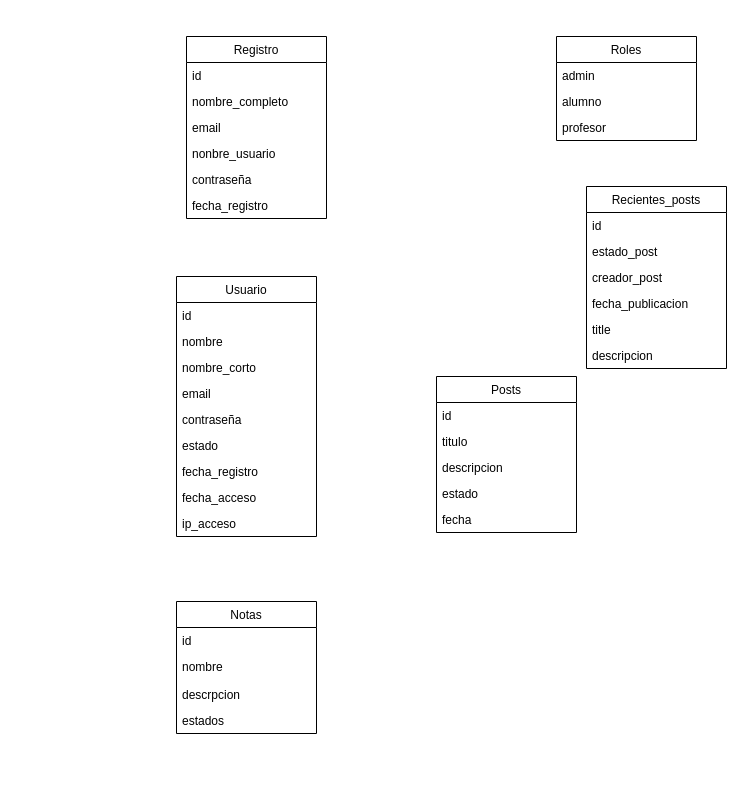
Earlier version of the draw.io diagram ModeloEntidadRelacion.drawio (usyeimar/data-learning). Source tidied: cells renumbered, new cells numbered last; positions are measured from the earlier drawing's top-left corner, leaving out a move shared by most shapes. Both pictures are drawn from the tidied source at 100%, with x=0, y=0 at pixel (176, 36).
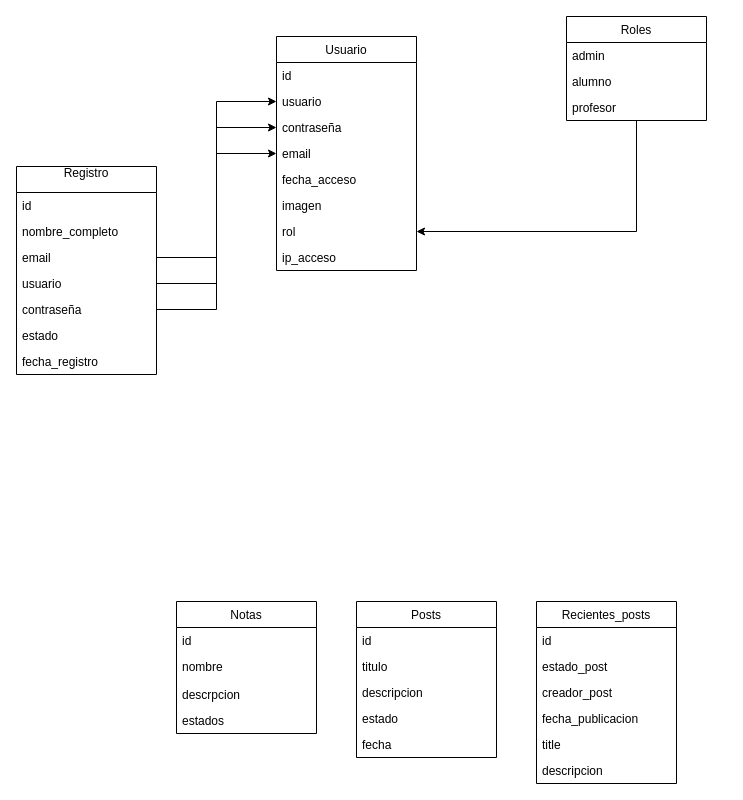
Above is the later version.

Commit message (it also covers changes not shown here):
Se organizo el modelo de EntidadRelacion

Unchanged cells that the change refers to:
```xml
<mxCell id="7" value="contraseña" style="text;strokeColor=none;fillColor=none;align=left;verticalAlign=top;spacingLeft=4;spacingRight=4;overflow=hidden;points=[[0,0.5],[1,0.5]];portConstraint=eastwest;" parent="2" vertex="1">
  <mxGeometry y="130" width="140" height="26" as="geometry" />
</mxCell>
```

Change to the diagram source:
```diff
@@
-    <mxCell id="2" value="Usuario" style="swimlane;fontStyle=0;horizontal=1;startSize=26;fillColor=none;" parent="1" vertex="1">
-      <mxGeometry y="240" width="140" height="260" as="geometry" />
+    <mxCell id="2" value="Registro&#10;" style="swimlane;fontStyle=0;horizontal=1;startSize=26;fillColor=none;" parent="1" vertex="1">
+      <mxGeometry x="-160" y="130" width="140" height="208" as="geometry" />
     </mxCell>
@@
-    <mxCell id="4" value="nombre" style="text;strokeColor=none;fillColor=none;align=left;verticalAlign=top;spacingLeft=4;spacingRight=4;overflow=hidden;" parent="2" vertex="1">
-      <mxGeometry y="52" width="140" height="26" as="geometry" />
-    </mxCell>
-    <mxCell id="5" value="nombre_corto" style="text;strokeColor=none;fillColor=none;align=left;verticalAlign=top;spacingLeft=4;spacingRight=4;overflow=hidden;" parent="2" vertex="1">
-      <mxGeometry y="78" width="140" height="26" as="geometry" />
+    <mxCell id="5" value="nombre_completo" style="text;strokeColor=none;fillColor=none;align=left;verticalAlign=top;spacingLeft=4;spacingRight=4;overflow=hidden;" parent="2" vertex="1">
+      <mxGeometry y="52" width="140" height="26" as="geometry" />
     </mxCell>
+    <mxCell id="41" value="email" style="text;strokeColor=none;fillColor=none;align=left;verticalAlign=top;spacingLeft=4;spacingRight=4;overflow=hidden;points=[[0,0.5],[1,0.5]];portConstraint=eastwest;" parent="2" vertex="1">
+      <mxGeometry y="78" width="140" height="26" as="geometry" />
+    </mxCell>
-    <mxCell id="6" value="email" style="text;strokeColor=none;fillColor=none;align=left;verticalAlign=top;spacingLeft=4;spacingRight=4;overflow=hidden;points=[[0,0.5],[1,0.5]];portConstraint=eastwest;" parent="2" vertex="1">
+    <mxCell id="6" value="usuario" style="text;strokeColor=none;fillColor=none;align=left;verticalAlign=top;spacingLeft=4;spacingRight=4;overflow=hidden;points=[[0,0.5],[1,0.5]];portConstraint=eastwest;" parent="2" vertex="1">
       <mxGeometry y="104" width="140" height="26" as="geometry" />
     </mxCell>
@@
-    <mxCell id="10" value="fecha_acceso" style="text;strokeColor=none;fillColor=none;align=left;verticalAlign=top;spacingLeft=4;spacingRight=4;overflow=hidden;" parent="2" vertex="1">
-      <mxGeometry y="208" width="140" height="26" as="geometry" />
-    </mxCell>
-    <mxCell id="11" value="ip_acceso" style="text;strokeColor=none;fillColor=none;align=left;verticalAlign=top;spacingLeft=4;spacingRight=4;overflow=hidden;" parent="2" vertex="1">
-      <mxGeometry y="234" width="140" height="26" as="geometry" />
-    </mxCell>
     <mxCell id="12" value="Posts" style="swimlane;fontStyle=0;horizontal=1;startSize=26;fillColor=none;" parent="1" vertex="1">
-      <mxGeometry x="260" y="340" width="140" height="156" as="geometry" />
+      <mxGeometry x="180" y="565" width="140" height="156" as="geometry" />
     </mxCell>
@@
-    <mxCell id="18" value="Registro" style="swimlane;fontStyle=0;horizontal=1;startSize=26;fillColor=none;" parent="1" vertex="1">
-      <mxGeometry x="10" width="140" height="182" as="geometry" />
+    <mxCell id="18" value="Usuario" style="swimlane;fontStyle=0;horizontal=1;startSize=26;fillColor=none;" parent="1" vertex="1">
+      <mxGeometry x="100" width="140" height="234" as="geometry" />
     </mxCell>
+    <mxCell id="42" value="id" style="text;strokeColor=none;fillColor=none;align=left;verticalAlign=top;spacingLeft=4;spacingRight=4;overflow=hidden;" parent="18" vertex="1">
+      <mxGeometry y="26" width="140" height="26" as="geometry" />
+    </mxCell>
-    <mxCell id="19" value="id" style="text;strokeColor=none;fillColor=none;align=left;verticalAlign=top;spacingLeft=4;spacingRight=4;overflow=hidden;points=[[0,0.5],[1,0.5]];portConstraint=eastwest;" parent="18" vertex="1">
-      <mxGeometry y="26" width="140" height="26" as="geometry" />
+    <mxCell id="19" value="usuario&#10;" style="text;strokeColor=none;fillColor=none;align=left;verticalAlign=top;spacingLeft=4;spacingRight=4;overflow=hidden;points=[[0,0.5],[1,0.5]];portConstraint=eastwest;" parent="18" vertex="1">
+      <mxGeometry y="52" width="140" height="26" as="geometry" />
     </mxCell>
-    <mxCell id="20" value="nombre_completo" style="text;strokeColor=none;fillColor=none;align=left;verticalAlign=top;spacingLeft=4;spacingRight=4;overflow=hidden;" parent="18" vertex="1">
-      <mxGeometry y="52" width="140" height="26" as="geometry" />
-    </mxCell>
+    <mxCell id="23" value="contraseña" style="text;strokeColor=none;fillColor=none;align=left;verticalAlign=top;spacingLeft=4;spacingRight=4;overflow=hidden;points=[[0,0.5],[1,0.5]];portConstraint=eastwest;" parent="18" vertex="1">
+      <mxGeometry y="78" width="140" height="26" as="geometry" />
+    </mxCell>
     <mxCell id="21" value="email" style="text;strokeColor=none;fillColor=none;align=left;verticalAlign=top;spacingLeft=4;spacingRight=4;overflow=hidden;points=[[0,0.5],[1,0.5]];portConstraint=eastwest;" parent="18" vertex="1">
-      <mxGeometry y="78" width="140" height="26" as="geometry" />
+      <mxGeometry y="104" width="140" height="26" as="geometry" />
     </mxCell>
-    <mxCell id="22" value="nonbre_usuario" style="text;strokeColor=none;fillColor=none;align=left;verticalAlign=top;spacingLeft=4;spacingRight=4;overflow=hidden;" parent="18" vertex="1">
-      <mxGeometry y="104" width="140" height="26" as="geometry" />
-    </mxCell>
-    <mxCell id="23" value="contraseña" style="text;strokeColor=none;fillColor=none;align=left;verticalAlign=top;spacingLeft=4;spacingRight=4;overflow=hidden;points=[[0,0.5],[1,0.5]];portConstraint=eastwest;" parent="18" vertex="1">
-      <mxGeometry y="130" width="140" height="26" as="geometry" />
-    </mxCell>
-    <mxCell id="24" value="fecha_registro" style="text;strokeColor=none;fillColor=none;align=left;verticalAlign=top;spacingLeft=4;spacingRight=4;overflow=hidden;" parent="18" vertex="1">
-      <mxGeometry y="156" width="140" height="26" as="geometry" />
-    </mxCell>
+    <mxCell id="10" value="fecha_acceso" style="text;strokeColor=none;fillColor=none;align=left;verticalAlign=top;spacingLeft=4;spacingRight=4;overflow=hidden;" parent="18" vertex="1">
+      <mxGeometry y="130" width="140" height="26" as="geometry" />
+    </mxCell>
+    <mxCell id="43" value="imagen" style="text;strokeColor=none;fillColor=none;align=left;verticalAlign=top;spacingLeft=4;spacingRight=4;overflow=hidden;" parent="18" vertex="1">
+      <mxGeometry y="156" width="140" height="26" as="geometry" />
+    </mxCell>
+    <mxCell id="44" value="rol" style="text;strokeColor=none;fillColor=none;align=left;verticalAlign=top;spacingLeft=4;spacingRight=4;overflow=hidden;points=[[0,0.5],[1,0.5]];portConstraint=eastwest;" parent="18" vertex="1">
+      <mxGeometry y="182" width="140" height="26" as="geometry" />
+    </mxCell>
+    <mxCell id="11" value="ip_acceso" style="text;strokeColor=none;fillColor=none;align=left;verticalAlign=top;spacingLeft=4;spacingRight=4;overflow=hidden;" parent="18" vertex="1">
+      <mxGeometry y="208" width="140" height="26" as="geometry" />
+    </mxCell>
+    <mxCell id="45" style="edgeStyle=orthogonalEdgeStyle;rounded=0;jettySize=auto;html=1;entryX=1;entryY=0.5;entryDx=0;entryDy=0;" parent="1" edge="1" source="25" target="44">
+      <mxGeometry relative="1" as="geometry" />
+    </mxCell>
     <mxCell id="25" value="Roles" style="swimlane;fontStyle=0;horizontal=1;startSize=26;fillColor=none;" parent="1" vertex="1">
-      <mxGeometry x="380" width="140" height="104" as="geometry" />
+      <mxGeometry x="390" y="-20" width="140" height="104" as="geometry" />
     </mxCell>
@@
     <mxCell id="29" value="Recientes_posts" style="swimlane;fontStyle=0;horizontal=1;startSize=26;fillColor=none;" parent="1" vertex="1">
-      <mxGeometry x="410" y="150" width="140" height="182" as="geometry" />
+      <mxGeometry x="360" y="565" width="140" height="182" as="geometry" />
     </mxCell>
@@
+    <mxCell id="46" style="edgeStyle=orthogonalEdgeStyle;rounded=0;jettySize=auto;html=1;entryX=0;entryY=0.5;entryDx=0;entryDy=0;" parent="1" edge="1" source="6" target="19">
+      <mxGeometry relative="1" as="geometry" />
+    </mxCell>
+    <mxCell id="47" style="edgeStyle=orthogonalEdgeStyle;rounded=0;jettySize=auto;html=1;entryX=0;entryY=0.5;entryDx=0;entryDy=0;" parent="1" edge="1" source="7" target="23">
+      <mxGeometry relative="1" as="geometry" />
+    </mxCell>
+    <mxCell id="48" style="edgeStyle=orthogonalEdgeStyle;rounded=0;jettySize=auto;html=1;" parent="1" edge="1" source="41" target="21">
+      <mxGeometry relative="1" as="geometry" />
+    </mxCell>
```
